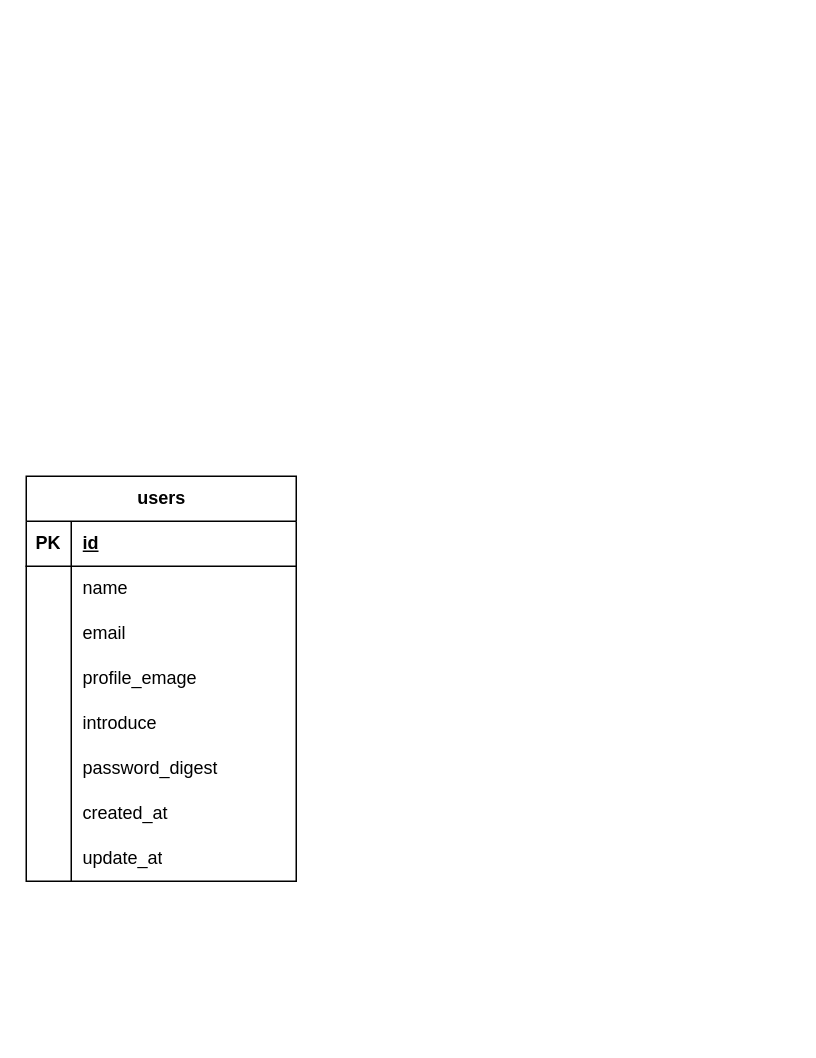
This is sql基礎.drawio from tak0531/-, a draw.io file, before an edit. Source tidied: cells renumbered, new cells numbered last; positions are measured from the earlier drawing's top-left corner, leaving out a move shared by most shapes. Both pictures are drawn from the tidied source at 150%, with x=0, y=0 at pixel (26, 476).
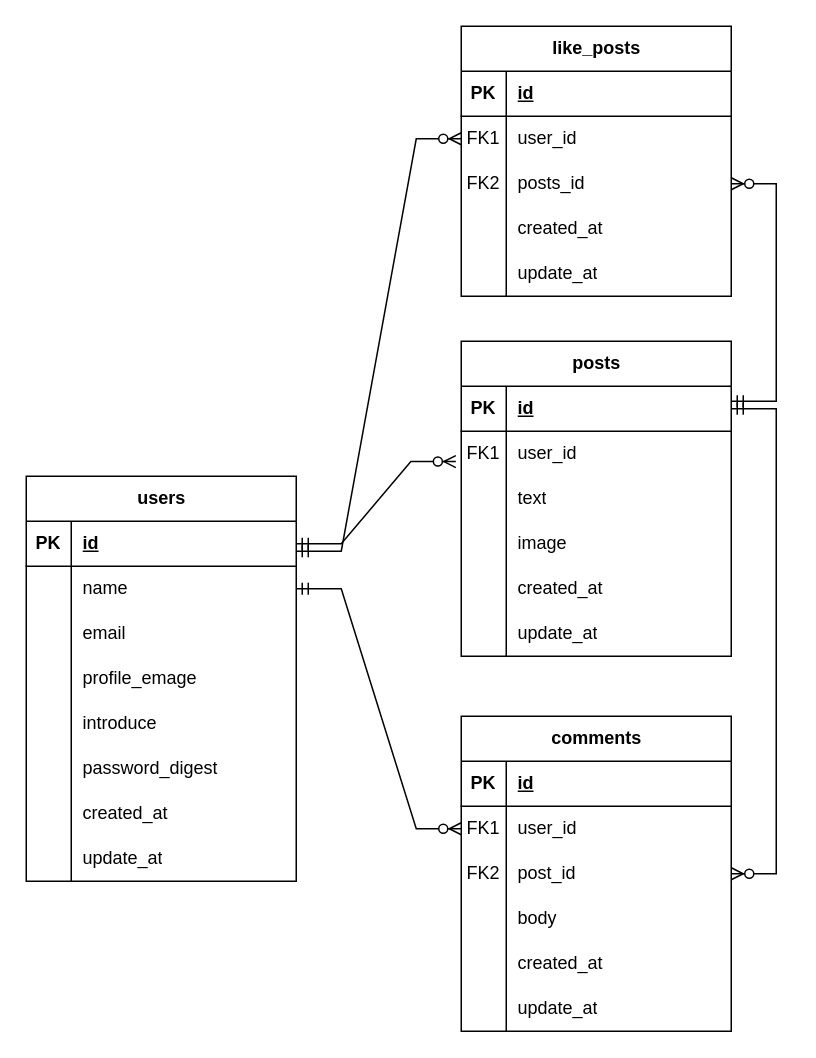
Above is the later version.

Commit message (it also covers changes not shown here):
sql基礎.drawio を更新します

Unchanged cells that the change refers to:
```xml
<mxCell id="3" style="shape=tableRow;horizontal=0;startSize=0;swimlaneHead=0;swimlaneBody=0;fillColor=none;points=[[0,0.5],[1,0.5]];portConstraint=eastwest;top=0;left=0;right=0;bottom=1;" parent="2" vertex="1">
  <mxGeometry y="30" width="180" height="30" as="geometry" />
</mxCell>
<mxCell id="6" style="shape=tableRow;horizontal=0;startSize=0;swimlaneHead=0;swimlaneBody=0;fillColor=none;points=[[0,0.5],[1,0.5]];portConstraint=eastwest;top=0;left=0;right=0;bottom=0;" parent="2" vertex="1">
  <mxGeometry y="60" width="180" height="30" as="geometry" />
</mxCell>
```

The edit, as a diff of the source:
```diff
@@
+    <mxCell id="27" value="posts" style="shape=table;startSize=30;childLayout=tableLayout;rowLines=0;fontStyle=1;align=center;html=1;" parent="1" vertex="1">
+      <mxGeometry x="290" y="-90" width="180" height="210" as="geometry" />
+    </mxCell>
+    <mxCell id="28" style="shape=tableRow;horizontal=0;startSize=0;swimlaneHead=0;swimlaneBody=0;fillColor=none;points=[[0,0.5],[1,0.5]];portConstraint=eastwest;top=0;left=0;right=0;bottom=1;" parent="27" vertex="1">
+      <mxGeometry y="30" width="180" height="30" as="geometry" />
+    </mxCell>
+    <mxCell id="29" value="PK" style="shape=partialRectangle;fillColor=none;top=0;left=0;bottom=0;right=0;fontStyle=1;overflow=hidden;whiteSpace=wrap;html=1;" parent="28" vertex="1">
+      <mxGeometry width="30" height="30" as="geometry" />
+    </mxCell>
+    <mxCell id="30" value="id" style="shape=partialRectangle;fillColor=none;top=0;left=0;bottom=0;right=0;align=left;spacingLeft=6;fontStyle=5;overflow=hidden;whiteSpace=wrap;html=1;" parent="28" vertex="1">
+      <mxGeometry x="30" width="150" height="30" as="geometry" />
+    </mxCell>
+    <mxCell id="31" style="shape=tableRow;horizontal=0;startSize=0;swimlaneHead=0;swimlaneBody=0;fillColor=none;points=[[0,0.5],[1,0.5]];portConstraint=eastwest;top=0;left=0;right=0;bottom=0;" parent="27" vertex="1">
+      <mxGeometry y="60" width="180" height="30" as="geometry" />
+    </mxCell>
+    <mxCell id="32" value="FK1" style="shape=partialRectangle;fillColor=none;top=0;left=0;bottom=0;right=0;overflow=hidden;whiteSpace=wrap;html=1;" parent="31" vertex="1">
+      <mxGeometry width="30" height="30" as="geometry" />
+    </mxCell>
+    <mxCell id="33" value="user_id" style="shape=partialRectangle;fillColor=none;top=0;left=0;bottom=0;right=0;align=left;spacingLeft=6;overflow=hidden;whiteSpace=wrap;html=1;" parent="31" vertex="1">
+      <mxGeometry x="30" width="150" height="30" as="geometry" />
+    </mxCell>
+    <mxCell id="34" style="shape=tableRow;horizontal=0;startSize=0;swimlaneHead=0;swimlaneBody=0;fillColor=none;top=0;left=0;right=0;bottom=0;" parent="27" vertex="1">
+      <mxGeometry y="90" width="180" height="30" as="geometry" />
+    </mxCell>
+    <mxCell id="35" style="shape=partialRectangle;fillColor=none;top=0;left=0;bottom=0;right=0;overflow=hidden;whiteSpace=wrap;html=1;" parent="34" vertex="1">
+      <mxGeometry width="30" height="30" as="geometry" />
+    </mxCell>
+    <mxCell id="36" value="text" style="shape=partialRectangle;fillColor=none;top=0;left=0;bottom=0;right=0;align=left;spacingLeft=6;overflow=hidden;whiteSpace=wrap;html=1;" parent="34" vertex="1">
+      <mxGeometry x="30" width="150" height="30" as="geometry" />
+    </mxCell>
+    <mxCell id="37" style="shape=tableRow;horizontal=0;startSize=0;swimlaneHead=0;swimlaneBody=0;fillColor=none;top=0;left=0;right=0;bottom=0;" parent="27" vertex="1">
+      <mxGeometry y="120" width="180" height="30" as="geometry" />
+    </mxCell>
+    <mxCell id="38" style="shape=partialRectangle;fillColor=none;top=0;left=0;bottom=0;right=0;overflow=hidden;whiteSpace=wrap;html=1;" parent="37" vertex="1">
+      <mxGeometry width="30" height="30" as="geometry" />
+    </mxCell>
+    <mxCell id="39" value="image" style="shape=partialRectangle;fillColor=none;top=0;left=0;bottom=0;right=0;align=left;spacingLeft=6;overflow=hidden;whiteSpace=wrap;html=1;" parent="37" vertex="1">
+      <mxGeometry x="30" width="150" height="30" as="geometry" />
+    </mxCell>
+    <mxCell id="40" style="shape=tableRow;horizontal=0;startSize=0;swimlaneHead=0;swimlaneBody=0;fillColor=none;top=0;left=0;right=0;bottom=0;" parent="27" vertex="1">
+      <mxGeometry y="150" width="180" height="30" as="geometry" />
+    </mxCell>
+    <mxCell id="41" style="shape=partialRectangle;fillColor=none;top=0;left=0;bottom=0;right=0;overflow=hidden;whiteSpace=wrap;html=1;" parent="40" vertex="1">
+      <mxGeometry width="30" height="30" as="geometry" />
+    </mxCell>
+    <mxCell id="42" value="created_at" style="shape=partialRectangle;fillColor=none;top=0;left=0;bottom=0;right=0;align=left;spacingLeft=6;overflow=hidden;whiteSpace=wrap;html=1;" parent="40" vertex="1">
+      <mxGeometry x="30" width="150" height="30" as="geometry" />
+    </mxCell>
+    <mxCell id="43" style="shape=tableRow;horizontal=0;startSize=0;swimlaneHead=0;swimlaneBody=0;fillColor=none;top=0;left=0;right=0;bottom=0;" parent="27" vertex="1">
+      <mxGeometry y="180" width="180" height="30" as="geometry" />
+    </mxCell>
+    <mxCell id="44" style="shape=partialRectangle;fillColor=none;top=0;left=0;bottom=0;right=0;overflow=hidden;whiteSpace=wrap;html=1;" parent="43" vertex="1">
+      <mxGeometry width="30" height="30" as="geometry" />
+    </mxCell>
+    <mxCell id="45" value="update_at" style="shape=partialRectangle;fillColor=none;top=0;left=0;bottom=0;right=0;align=left;spacingLeft=6;overflow=hidden;whiteSpace=wrap;html=1;" parent="43" vertex="1">
+      <mxGeometry x="30" width="150" height="30" as="geometry" />
+    </mxCell>
+    <mxCell id="46" style="edgeStyle=entityRelationEdgeStyle;fontSize=12;html=1;endArrow=ERzeroToMany;startArrow=ERmandOne;rounded=0;entryX=-0.02;entryY=0.674;entryDx=0;entryDy=0;entryPerimeter=0;exitX=1;exitY=0.5;exitDx=0;exitDy=0;" parent="1" edge="1" source="3" target="31">
+      <mxGeometry relative="1" as="geometry" />
+    </mxCell>
+    <mxCell id="47" value="comments" style="shape=table;startSize=30;childLayout=tableLayout;rowLines=0;fontStyle=1;align=center;html=1;" parent="1" vertex="1">
+      <mxGeometry x="290" y="160" width="180" height="210" as="geometry" />
+    </mxCell>
+    <mxCell id="48" style="shape=tableRow;horizontal=0;startSize=0;swimlaneHead=0;swimlaneBody=0;fillColor=none;top=0;left=0;right=0;bottom=1;" parent="47" vertex="1">
+      <mxGeometry y="30" width="180" height="30" as="geometry" />
+    </mxCell>
+    <mxCell id="49" value="PK" style="shape=partialRectangle;fillColor=none;top=0;left=0;bottom=0;right=0;fontStyle=1;overflow=hidden;whiteSpace=wrap;html=1;" parent="48" vertex="1">
+      <mxGeometry width="30" height="30" as="geometry" />
+    </mxCell>
+    <mxCell id="50" value="id" style="shape=partialRectangle;fillColor=none;top=0;left=0;bottom=0;right=0;align=left;spacingLeft=6;fontStyle=5;overflow=hidden;whiteSpace=wrap;html=1;" parent="48" vertex="1">
+      <mxGeometry x="30" width="150" height="30" as="geometry" />
+    </mxCell>
+    <mxCell id="51" style="shape=tableRow;horizontal=0;startSize=0;swimlaneHead=0;swimlaneBody=0;fillColor=none;points=[[0,0.5],[1,0.5]];portConstraint=eastwest;top=0;left=0;right=0;bottom=0;" parent="47" vertex="1">
+      <mxGeometry y="60" width="180" height="30" as="geometry" />
+    </mxCell>
+    <mxCell id="52" value="FK1" style="shape=partialRectangle;fillColor=none;top=0;left=0;bottom=0;right=0;overflow=hidden;whiteSpace=wrap;html=1;" parent="51" vertex="1">
+      <mxGeometry width="30" height="30" as="geometry" />
+    </mxCell>
+    <mxCell id="53" value="user_id" style="shape=partialRectangle;fillColor=none;top=0;left=0;bottom=0;right=0;align=left;spacingLeft=6;overflow=hidden;whiteSpace=wrap;html=1;" parent="51" vertex="1">
+      <mxGeometry x="30" width="150" height="30" as="geometry" />
+    </mxCell>
+    <mxCell id="54" style="shape=tableRow;horizontal=0;startSize=0;swimlaneHead=0;swimlaneBody=0;fillColor=none;points=[[0,0.5],[1,0.5]];portConstraint=eastwest;top=0;left=0;right=0;bottom=0;" parent="47" vertex="1">
+      <mxGeometry y="90" width="180" height="30" as="geometry" />
+    </mxCell>
+    <mxCell id="55" value="FK2" style="shape=partialRectangle;fillColor=none;top=0;left=0;bottom=0;right=0;overflow=hidden;whiteSpace=wrap;html=1;" parent="54" vertex="1">
+      <mxGeometry width="30" height="30" as="geometry" />
+    </mxCell>
+    <mxCell id="56" value="post_id" style="shape=partialRectangle;fillColor=none;top=0;left=0;bottom=0;right=0;align=left;spacingLeft=6;overflow=hidden;whiteSpace=wrap;html=1;" parent="54" vertex="1">
+      <mxGeometry x="30" width="150" height="30" as="geometry" />
+    </mxCell>
+    <mxCell id="57" style="shape=tableRow;horizontal=0;startSize=0;swimlaneHead=0;swimlaneBody=0;fillColor=none;top=0;left=0;right=0;bottom=0;" parent="47" vertex="1">
+      <mxGeometry y="120" width="180" height="30" as="geometry" />
+    </mxCell>
+    <mxCell id="58" style="shape=partialRectangle;fillColor=none;top=0;left=0;bottom=0;right=0;overflow=hidden;whiteSpace=wrap;html=1;" parent="57" vertex="1">
+      <mxGeometry width="30" height="30" as="geometry" />
+    </mxCell>
+    <mxCell id="59" value="body" style="shape=partialRectangle;fillColor=none;top=0;left=0;bottom=0;right=0;align=left;spacingLeft=6;overflow=hidden;whiteSpace=wrap;html=1;" parent="57" vertex="1">
+      <mxGeometry x="30" width="150" height="30" as="geometry" />
+    </mxCell>
+    <mxCell id="60" style="shape=tableRow;horizontal=0;startSize=0;swimlaneHead=0;swimlaneBody=0;fillColor=none;top=0;left=0;right=0;bottom=0;" parent="47" vertex="1">
+      <mxGeometry y="150" width="180" height="30" as="geometry" />
+    </mxCell>
+    <mxCell id="61" style="shape=partialRectangle;fillColor=none;top=0;left=0;bottom=0;right=0;overflow=hidden;whiteSpace=wrap;html=1;" parent="60" vertex="1">
+      <mxGeometry width="30" height="30" as="geometry" />
+    </mxCell>
+    <mxCell id="62" value="created_at" style="shape=partialRectangle;fillColor=none;top=0;left=0;bottom=0;right=0;align=left;spacingLeft=6;overflow=hidden;whiteSpace=wrap;html=1;" parent="60" vertex="1">
+      <mxGeometry x="30" width="150" height="30" as="geometry" />
+    </mxCell>
+    <mxCell id="63" style="shape=tableRow;horizontal=0;startSize=0;swimlaneHead=0;swimlaneBody=0;fillColor=none;top=0;left=0;right=0;bottom=0;" parent="47" vertex="1">
+      <mxGeometry y="180" width="180" height="30" as="geometry" />
+    </mxCell>
+    <mxCell id="64" style="shape=partialRectangle;fillColor=none;top=0;left=0;bottom=0;right=0;overflow=hidden;whiteSpace=wrap;html=1;" parent="63" vertex="1">
+      <mxGeometry width="30" height="30" as="geometry" />
+    </mxCell>
+    <mxCell id="65" value="update_at" style="shape=partialRectangle;fillColor=none;top=0;left=0;bottom=0;right=0;align=left;spacingLeft=6;overflow=hidden;whiteSpace=wrap;html=1;" parent="63" vertex="1">
+      <mxGeometry x="30" width="150" height="30" as="geometry" />
+    </mxCell>
+    <mxCell id="66" style="edgeStyle=entityRelationEdgeStyle;fontSize=12;html=1;endArrow=ERzeroToMany;startArrow=ERmandOne;rounded=0;entryX=0;entryY=0.5;entryDx=0;entryDy=0;exitX=1;exitY=0.5;exitDx=0;exitDy=0;" parent="1" edge="1" source="6" target="51">
+      <mxGeometry relative="1" as="geometry" />
+    </mxCell>
+    <mxCell id="67" style="edgeStyle=entityRelationEdgeStyle;fontSize=12;html=1;endArrow=ERzeroToMany;startArrow=ERmandOne;rounded=0;entryX=1;entryY=0.5;entryDx=0;entryDy=0;exitX=1;exitY=0.5;exitDx=0;exitDy=0;" parent="1" edge="1" source="28" target="54">
+      <mxGeometry relative="1" as="geometry" />
+    </mxCell>
+    <mxCell id="68" value="like_posts" style="shape=table;startSize=30;childLayout=tableLayout;rowLines=0;fontStyle=1;align=center;html=1;" parent="1" vertex="1">
+      <mxGeometry x="290" y="-300" width="180" height="180" as="geometry" />
+    </mxCell>
+    <mxCell id="69" style="shape=tableRow;horizontal=0;startSize=0;swimlaneHead=0;swimlaneBody=0;fillColor=none;top=0;left=0;right=0;bottom=1;" parent="68" vertex="1">
+      <mxGeometry y="30" width="180" height="30" as="geometry" />
+    </mxCell>
+    <mxCell id="70" value="PK" style="shape=partialRectangle;fillColor=none;top=0;left=0;bottom=0;right=0;fontStyle=1;overflow=hidden;whiteSpace=wrap;html=1;" parent="69" vertex="1">
+      <mxGeometry width="30" height="30" as="geometry" />
+    </mxCell>
+    <mxCell id="71" value="id" style="shape=partialRectangle;fillColor=none;top=0;left=0;bottom=0;right=0;align=left;spacingLeft=6;fontStyle=5;overflow=hidden;whiteSpace=wrap;html=1;" parent="69" vertex="1">
+      <mxGeometry x="30" width="150" height="30" as="geometry" />
+    </mxCell>
+    <mxCell id="72" style="shape=tableRow;horizontal=0;startSize=0;swimlaneHead=0;swimlaneBody=0;fillColor=none;points=[[0,0.5],[1,0.5]];portConstraint=eastwest;top=0;left=0;right=0;bottom=0;" parent="68" vertex="1">
+      <mxGeometry y="60" width="180" height="30" as="geometry" />
+    </mxCell>
+    <mxCell id="73" value="FK1" style="shape=partialRectangle;fillColor=none;top=0;left=0;bottom=0;right=0;overflow=hidden;whiteSpace=wrap;html=1;" parent="72" vertex="1">
+      <mxGeometry width="30" height="30" as="geometry" />
+    </mxCell>
+    <mxCell id="74" value="user_id" style="shape=partialRectangle;fillColor=none;top=0;left=0;bottom=0;right=0;align=left;spacingLeft=6;overflow=hidden;whiteSpace=wrap;html=1;" parent="72" vertex="1">
+      <mxGeometry x="30" width="150" height="30" as="geometry" />
+    </mxCell>
+    <mxCell id="75" style="shape=tableRow;horizontal=0;startSize=0;swimlaneHead=0;swimlaneBody=0;fillColor=none;points=[[0,0.5],[1,0.5]];portConstraint=eastwest;top=0;left=0;right=0;bottom=0;" parent="68" vertex="1">
+      <mxGeometry y="90" width="180" height="30" as="geometry" />
+    </mxCell>
+    <mxCell id="76" value="FK2" style="shape=partialRectangle;fillColor=none;top=0;left=0;bottom=0;right=0;overflow=hidden;whiteSpace=wrap;html=1;" parent="75" vertex="1">
+      <mxGeometry width="30" height="30" as="geometry" />
+    </mxCell>
+    <mxCell id="77" value="posts_id" style="shape=partialRectangle;fillColor=none;top=0;left=0;bottom=0;right=0;align=left;spacingLeft=6;overflow=hidden;whiteSpace=wrap;html=1;" parent="75" vertex="1">
+      <mxGeometry x="30" width="150" height="30" as="geometry" />
+    </mxCell>
+    <mxCell id="78" style="shape=tableRow;horizontal=0;startSize=0;swimlaneHead=0;swimlaneBody=0;fillColor=none;top=0;left=0;right=0;bottom=0;" parent="68" vertex="1">
+      <mxGeometry y="120" width="180" height="30" as="geometry" />
+    </mxCell>
+    <mxCell id="79" style="shape=partialRectangle;fillColor=none;top=0;left=0;bottom=0;right=0;overflow=hidden;whiteSpace=wrap;html=1;" parent="78" vertex="1">
+      <mxGeometry width="30" height="30" as="geometry" />
+    </mxCell>
+    <mxCell id="80" value="created_at" style="shape=partialRectangle;fillColor=none;top=0;left=0;bottom=0;right=0;align=left;spacingLeft=6;overflow=hidden;whiteSpace=wrap;html=1;" parent="78" vertex="1">
+      <mxGeometry x="30" width="150" height="30" as="geometry" />
+    </mxCell>
+    <mxCell id="81" style="shape=tableRow;horizontal=0;startSize=0;swimlaneHead=0;swimlaneBody=0;fillColor=none;top=0;left=0;right=0;bottom=0;" parent="68" vertex="1">
+      <mxGeometry y="150" width="180" height="30" as="geometry" />
+    </mxCell>
+    <mxCell id="82" style="shape=partialRectangle;fillColor=none;top=0;left=0;bottom=0;right=0;overflow=hidden;whiteSpace=wrap;html=1;" parent="81" vertex="1">
+      <mxGeometry width="30" height="30" as="geometry" />
+    </mxCell>
+    <mxCell id="83" value="update_at" style="shape=partialRectangle;fillColor=none;top=0;left=0;bottom=0;right=0;align=left;spacingLeft=6;overflow=hidden;whiteSpace=wrap;html=1;" parent="81" vertex="1">
+      <mxGeometry x="30" width="150" height="30" as="geometry" />
+    </mxCell>
+    <mxCell id="84" style="edgeStyle=entityRelationEdgeStyle;fontSize=12;html=1;endArrow=ERzeroToMany;startArrow=ERmandOne;rounded=0;entryX=0;entryY=0.5;entryDx=0;entryDy=0;" parent="1" edge="1" target="72">
+      <mxGeometry relative="1" as="geometry">
+        <mxPoint x="180" y="50" as="sourcePoint" />
+      </mxGeometry>
+    </mxCell>
+    <mxCell id="85" style="edgeStyle=entityRelationEdgeStyle;fontSize=12;html=1;endArrow=ERzeroToMany;startArrow=ERmandOne;rounded=0;entryX=1;entryY=0.5;entryDx=0;entryDy=0;" parent="1" edge="1" target="75">
+      <mxGeometry relative="1" as="geometry">
+        <mxPoint x="470" y="-50" as="sourcePoint" />
+      </mxGeometry>
+    </mxCell>
```
